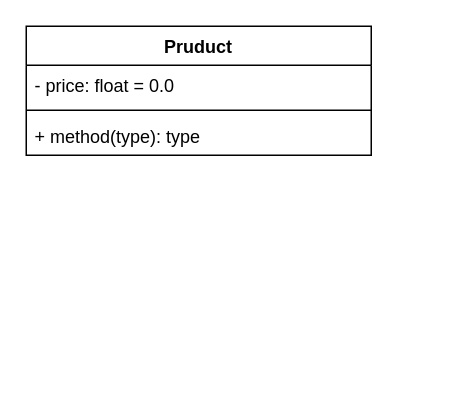
Above: Class/Untitled Diagram.drawio in M0zgi/UML (draw.io), before the change. Source tidied: cells renumbered, new cells numbered last; positions are measured from the earlier drawing's top-left corner, leaving out a move shared by most shapes. Both pictures are drawn from the tidied source at 150%, with x=0, y=0 at pixel (26, 26).
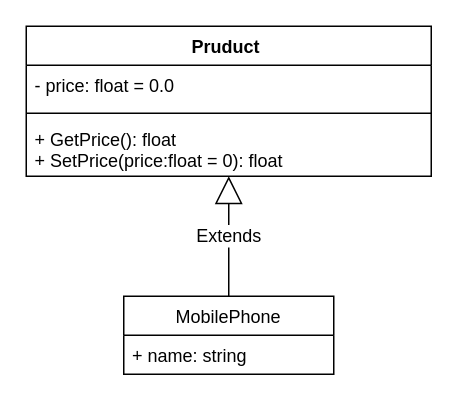
The same page after the edit.

The edit, as a diff of the source:
```diff
@@
 <mxGraphModel>
   <root>
     <mxCell id="0" />
     <mxCell id="1" parent="0" />
-    <mxCell id="2" value="Pruduct&#10;" style="swimlane;fontStyle=1;align=center;verticalAlign=top;horizontal=1;startSize=26;whiteSpace=wrap;" parent="1" vertex="1">
-      <mxGeometry width="230" height="86" as="geometry" />
+    <mxCell id="2" value="Pruduct " style="swimlane;fontStyle=1;align=center;verticalAlign=top;horizontal=1;startSize=26;whiteSpace=wrap;fontSize=12;arcSize=16;shadow=0;rounded=0;sketch=0;glass=0;swimlaneLine=1;strokeWidth=1;" parent="1" vertex="1">
+      <mxGeometry width="270" height="100" as="geometry" />
     </mxCell>
     <mxCell id="3" value="- price: float = 0.0" style="text;strokeColor=none;fillColor=none;align=left;verticalAlign=top;spacingLeft=4;spacingRight=4;overflow=hidden;" parent="2" vertex="1">
-      <mxGeometry y="26" width="230" height="26" as="geometry" />
+      <mxGeometry y="26" width="270" height="28" as="geometry" />
     </mxCell>
     <mxCell id="4" style="line;strokeWidth=1;fillColor=none;align=left;verticalAlign=middle;spacingTop=-1;spacingLeft=3;spacingRight=3;labelPosition=right;" parent="2" vertex="1">
-      <mxGeometry y="52" width="230" height="8" as="geometry" />
+      <mxGeometry y="54" width="270" height="8" as="geometry" />
     </mxCell>
-    <mxCell id="5" value="+ method(type): type" style="text;strokeColor=none;fillColor=none;align=left;verticalAlign=top;spacingLeft=4;spacingRight=4;overflow=hidden;points=[[0,0.5],[1,0.5]];portConstraint=eastwest;" parent="2" vertex="1">
-      <mxGeometry y="60" width="230" height="26" as="geometry" />
+    <mxCell id="5" value="+ GetPrice(): float&#10;+ SetPrice(price:float = 0): float" style="text;strokeColor=none;fillColor=none;align=left;verticalAlign=top;spacingLeft=4;spacingRight=4;overflow=hidden;points=[[0,0.5],[1,0.5]];portConstraint=eastwest;" parent="2" vertex="1">
+      <mxGeometry y="62" width="270" height="38" as="geometry" />
     </mxCell>
+    <mxCell id="6" value="MobilePhone" style="swimlane;fontStyle=0;horizontal=1;startSize=26;fillColor=none;rounded=0;shadow=0;glass=0;sketch=0;fontSize=12;strokeWidth=1;verticalAlign=top;html=0;" parent="1" vertex="1">
+      <mxGeometry x="65" y="180" width="140" height="52" as="geometry" />
+    </mxCell>
+    <mxCell id="7" value="+ name: string" style="text;strokeColor=none;fillColor=none;align=left;verticalAlign=top;spacingLeft=4;spacingRight=4;overflow=hidden;" parent="6" vertex="1">
+      <mxGeometry y="26" width="140" height="26" as="geometry" />
+    </mxCell>
+    <mxCell id="8" value="Extends" style="endArrow=block;endSize=16;endFill=0;html=1;fontSize=12;exitX=0.5;exitY=0;exitDx=0;exitDy=0;" parent="1" edge="1" source="6" target="5">
+      <mxGeometry relative="1" as="geometry" />
+    </mxCell>
   </root>
 </mxGraphModel>
```
